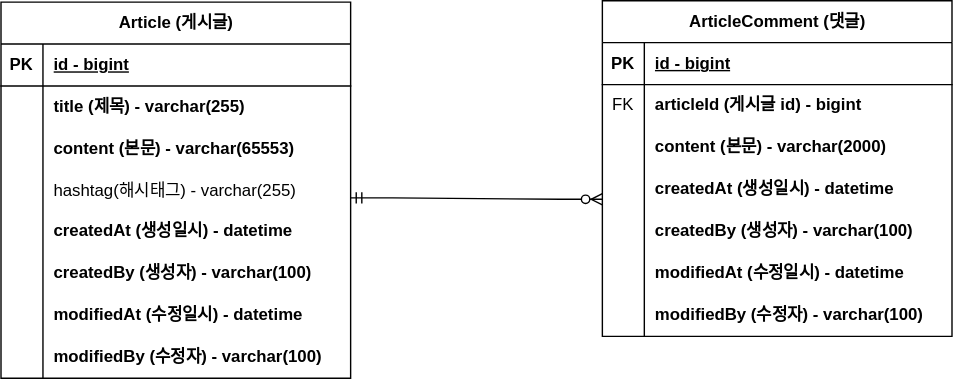
JooYoung-23/project-board keeps this draw.io diagram as document/project-board-erd.svg. Above is the earlier version. Source tidied: cells renumbered, new cells last; positions are measured from the earlier drawing's top-left corner, leaving out a move shared by most shapes.
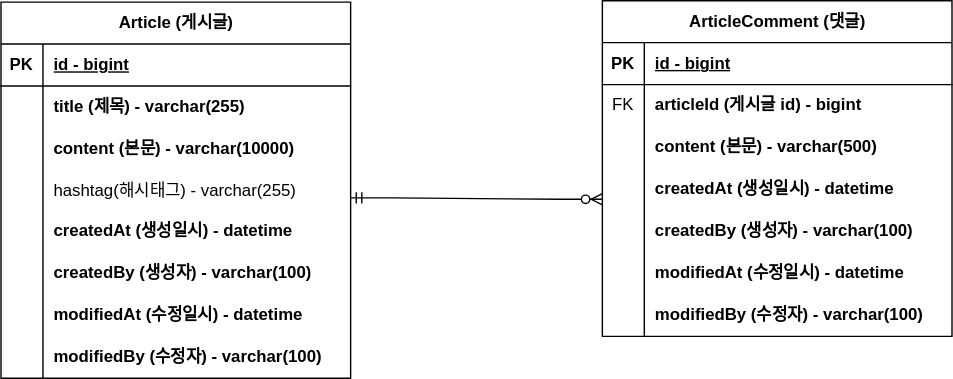
After the change.

Commit message:
#10 - ERD 업데이트: Article, ArticleComment 본문 크기 변경

What changed in the source:
```diff
@@ -29,7 +29,7 @@
     <mxCell id="10" style="shape=partialRectangle;fillColor=none;top=0;left=0;bottom=0;right=0;overflow=hidden;whiteSpace=wrap;html=1;" parent="9" vertex="1">
       <mxGeometry width="30" height="30" as="geometry" />
     </mxCell>
-    <mxCell id="11" value="content (본문) - varchar(65553)" style="shape=partialRectangle;fillColor=none;top=0;left=0;bottom=0;right=0;align=left;spacingLeft=6;overflow=hidden;whiteSpace=wrap;html=1;fontStyle=1;" parent="9" vertex="1">
+    <mxCell id="11" value="content (본문) - varchar(10000)" style="shape=partialRectangle;fillColor=none;top=0;left=0;bottom=0;right=0;align=left;spacingLeft=6;overflow=hidden;whiteSpace=wrap;html=1;fontStyle=1;" parent="9" vertex="1">
       <mxGeometry x="30" width="220" height="30" as="geometry" />
     </mxCell>
     <mxCell id="12" style="shape=tableRow;horizontal=0;startSize=0;swimlaneHead=0;swimlaneBody=0;fillColor=none;top=0;left=0;right=0;bottom=0;" parent="2" vertex="1">
@@ -104,7 +104,7 @@
     <mxCell id="35" style="shape=partialRectangle;fillColor=none;top=0;left=0;bottom=0;right=0;overflow=hidden;whiteSpace=wrap;html=1;" parent="34" vertex="1">
       <mxGeometry width="30" height="30" as="geometry" />
     </mxCell>
-    <mxCell id="36" value="content (본문) - varchar(2000)" style="shape=partialRectangle;fillColor=none;top=0;left=0;bottom=0;right=0;align=left;spacingLeft=6;overflow=hidden;whiteSpace=wrap;html=1;fontStyle=1;" parent="34" vertex="1">
+    <mxCell id="36" value="content (본문) - varchar(500)" style="shape=partialRectangle;fillColor=none;top=0;left=0;bottom=0;right=0;align=left;spacingLeft=6;overflow=hidden;whiteSpace=wrap;html=1;fontStyle=1;" parent="34" vertex="1">
       <mxGeometry x="30" width="220" height="30" as="geometry" />
     </mxCell>
     <mxCell id="37" style="shape=tableRow;horizontal=0;startSize=0;swimlaneHead=0;swimlaneBody=0;fillColor=none;top=0;left=0;right=0;bottom=0;" parent="27" vertex="1">
```
